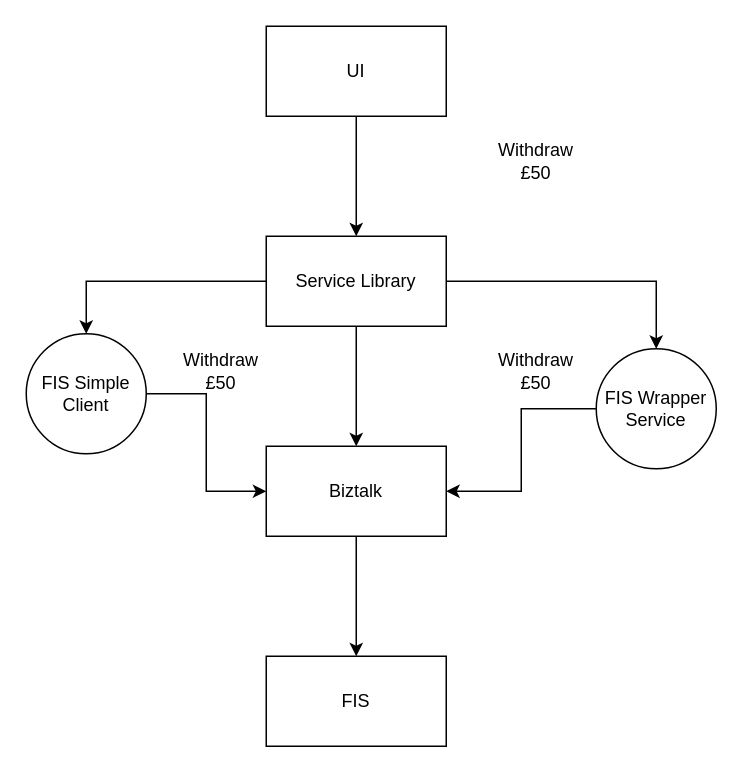
This is CashWithdrawalsBiztalkFIS.drawio from mattwatts36/drawings, a draw.io file, before an edit. Source tidied: cells renumbered, new cells numbered last; positions are measured from the earlier drawing's top-left corner, leaving out a move shared by most shapes. Both pictures are drawn from the tidied source at 150%, with x=0, y=0 at pixel (26, 26).
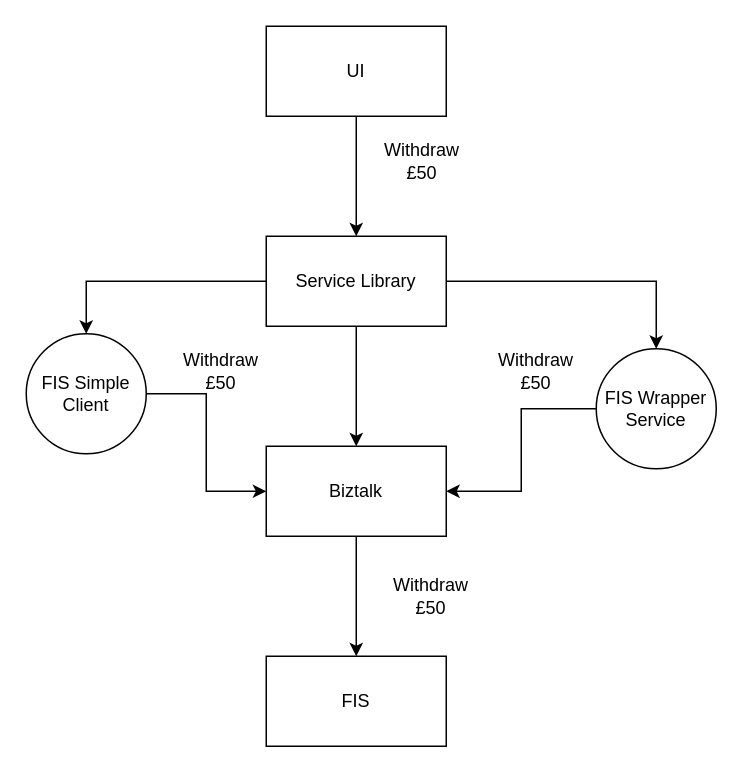
After the change.

What changed in the source:
```diff
@@
 <mxGraphModel>
   <root>
     <mxCell id="0" />
     <mxCell id="1" parent="0" />
     <mxCell id="2" style="edgeStyle=orthogonalEdgeStyle;rounded=0;jettySize=auto;html=1;" parent="1" edge="1" source="3" target="7">
       <mxGeometry relative="1" as="geometry" />
     </mxCell>
     <mxCell id="3" value="UI" style="rounded=0;whiteSpace=wrap;html=1;" parent="1" vertex="1">
       <mxGeometry x="160" width="120" height="60" as="geometry" />
     </mxCell>
     <mxCell id="4" style="edgeStyle=orthogonalEdgeStyle;rounded=0;jettySize=auto;html=1;" parent="1" edge="1" source="7" target="9">
       <mxGeometry relative="1" as="geometry" />
     </mxCell>
     <mxCell id="5" style="edgeStyle=orthogonalEdgeStyle;rounded=0;jettySize=auto;html=1;" parent="1" edge="1" source="7" target="14">
       <mxGeometry relative="1" as="geometry" />
     </mxCell>
     <mxCell id="6" style="edgeStyle=orthogonalEdgeStyle;rounded=0;jettySize=auto;html=1;" parent="1" edge="1" source="7" target="16">
       <mxGeometry relative="1" as="geometry" />
     </mxCell>
     <mxCell id="7" value="Service Library" style="rounded=0;whiteSpace=wrap;html=1;" parent="1" vertex="1">
       <mxGeometry x="160" y="140" width="120" height="60" as="geometry" />
     </mxCell>
     <mxCell id="8" style="edgeStyle=orthogonalEdgeStyle;rounded=0;jettySize=auto;html=1;" parent="1" edge="1" source="9" target="10">
       <mxGeometry relative="1" as="geometry" />
     </mxCell>
     <mxCell id="9" value="Biztalk" style="rounded=0;whiteSpace=wrap;html=1;" parent="1" vertex="1">
       <mxGeometry x="160" y="280" width="120" height="60" as="geometry" />
     </mxCell>
     <mxCell id="10" value="FIS" style="rounded=0;whiteSpace=wrap;html=1;" parent="1" vertex="1">
       <mxGeometry x="160" y="420" width="120" height="60" as="geometry" />
     </mxCell>
     <mxCell id="11" value="Withdraw £50" style="text;html=1;strokeColor=none;fillColor=none;align=center;verticalAlign=middle;whiteSpace=wrap;rounded=0;" parent="1" vertex="1">
-      <mxGeometry x="310" y="75" width="60" height="30" as="geometry" />
+      <mxGeometry x="234" y="75" width="60" height="30" as="geometry" />
     </mxCell>
     <mxCell id="12" value="Withdraw £50" style="text;html=1;strokeColor=none;fillColor=none;align=center;verticalAlign=middle;whiteSpace=wrap;rounded=0;" parent="1" vertex="1">
       <mxGeometry x="310" y="215" width="60" height="30" as="geometry" />
     </mxCell>
     <mxCell id="13" style="edgeStyle=orthogonalEdgeStyle;rounded=0;jettySize=auto;html=1;" parent="1" edge="1" source="14" target="9">
       <mxGeometry relative="1" as="geometry" />
     </mxCell>
     <mxCell id="14" value="FIS Wrapper Service" style="ellipse;whiteSpace=wrap;html=1;rounded=0;" parent="1" vertex="1">
       <mxGeometry x="380" y="215" width="80" height="80" as="geometry" />
     </mxCell>
     <mxCell id="15" style="edgeStyle=orthogonalEdgeStyle;rounded=0;jettySize=auto;html=1;" parent="1" edge="1" source="16" target="9">
       <mxGeometry relative="1" as="geometry" />
     </mxCell>
     <mxCell id="16" value="FIS Simple Client" style="ellipse;whiteSpace=wrap;html=1;rounded=0;" parent="1" vertex="1">
       <mxGeometry y="205" width="80" height="80" as="geometry" />
     </mxCell>
     <mxCell id="17" value="Withdraw £50" style="text;html=1;strokeColor=none;fillColor=none;align=center;verticalAlign=middle;whiteSpace=wrap;rounded=0;" parent="1" vertex="1">
       <mxGeometry x="100" y="215" width="60" height="30" as="geometry" />
     </mxCell>
+    <mxCell id="18" value="Withdraw £50" style="text;html=1;strokeColor=none;fillColor=none;align=center;verticalAlign=middle;whiteSpace=wrap;rounded=0;" parent="1" vertex="1">
+      <mxGeometry x="240" y="365" width="60" height="30" as="geometry" />
+    </mxCell>
   </root>
 </mxGraphModel>
```
